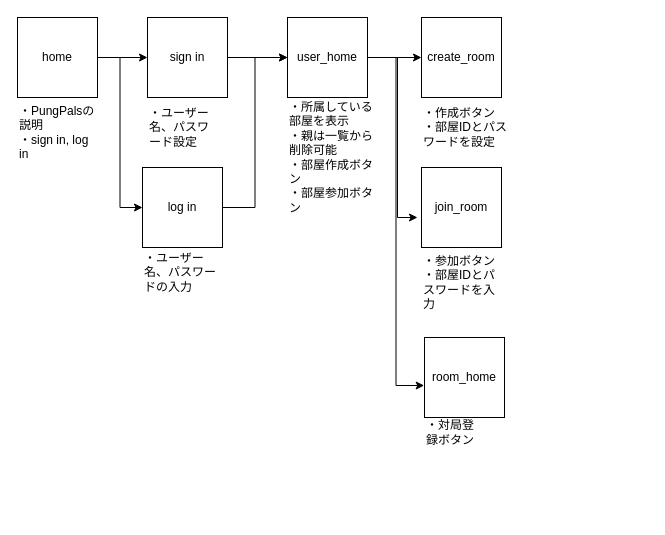
Above: PungPals_screen.drawio in kechigon/PungPals (draw.io), before the change. Source tidied: cells renumbered, new cells numbered last; positions are measured from the earlier drawing's top-left corner, leaving out a move shared by most shapes. Both pictures are drawn from the tidied source at 100%, with x=0, y=0 at pixel (17, 17).
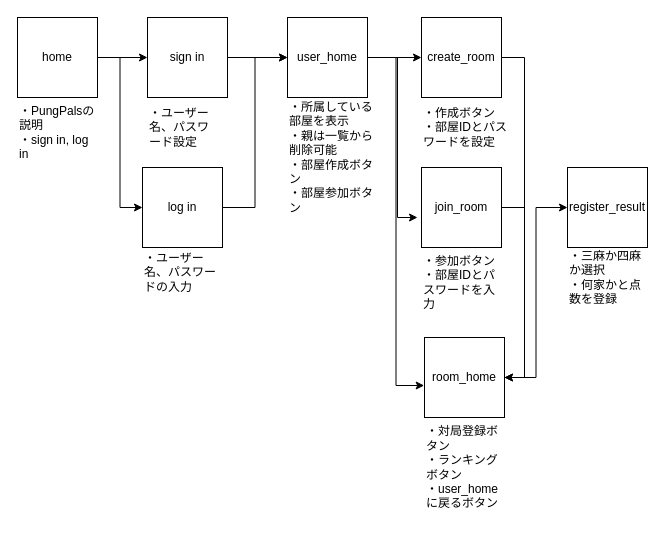
The same page after the edit.

Commit message:
PungPals_screen.drawio を更新します

Unchanged cells that the change refers to:
```xml
<mxCell id="15" value="create_room" style="whiteSpace=wrap;html=1;" parent="1" vertex="1">
  <mxGeometry x="404" width="80" height="80" as="geometry" />
</mxCell>
<mxCell id="17" value="join_room" style="whiteSpace=wrap;html=1;" parent="1" vertex="1">
  <mxGeometry x="404" y="150" width="80" height="80" as="geometry" />
</mxCell>
<mxCell id="20" value="room_home" style="whiteSpace=wrap;html=1;" parent="1" vertex="1">
  <mxGeometry x="407" y="320" width="80" height="80" as="geometry" />
</mxCell>
```

The edit, as a diff of the source:
```diff
@@
+    <mxCell id="23" style="edgeStyle=orthogonalEdgeStyle;rounded=0;jettySize=auto;html=1;entryX=1;entryY=0.5;entryDx=0;entryDy=0;" parent="1" edge="1" source="15" target="20">
+      <mxGeometry relative="1" as="geometry">
+        <Array as="points">
+          <mxPoint x="507" y="40" />
+          <mxPoint x="507" y="360" />
+        </Array>
+      </mxGeometry>
+    </mxCell>
@@
+    <mxCell id="24" style="edgeStyle=orthogonalEdgeStyle;rounded=0;jettySize=auto;html=1;entryX=1;entryY=0.5;entryDx=0;entryDy=0;" parent="1" edge="1" source="17" target="20">
+      <mxGeometry relative="1" as="geometry">
+        <Array as="points">
+          <mxPoint x="507" y="190" />
+          <mxPoint x="507" y="360" />
+        </Array>
+      </mxGeometry>
+    </mxCell>
@@
+    <mxCell id="25" style="edgeStyle=orthogonalEdgeStyle;rounded=0;jettySize=auto;html=1;entryX=0;entryY=0.5;entryDx=0;entryDy=0;" parent="1" edge="1" source="20" target="26">
+      <mxGeometry relative="1" as="geometry" />
+    </mxCell>
@@
-    <mxCell id="22" value="・対局登録ボタン" style="text;html=1;strokeColor=none;fillColor=none;align=left;verticalAlign=middle;whiteSpace=wrap;rounded=0;" parent="1" vertex="1">
-      <mxGeometry x="407" y="400" width="60" height="30" as="geometry" />
+    <mxCell id="22" value="・対局登録ボタン&lt;br&gt;・ランキングボタン&lt;br&gt;・user_homeに戻るボタン" style="text;html=1;strokeColor=none;fillColor=none;align=left;verticalAlign=middle;whiteSpace=wrap;rounded=0;" parent="1" vertex="1">
+      <mxGeometry x="407" y="400" width="83" height="100" as="geometry" />
     </mxCell>
+    <mxCell id="26" value="register_result" style="whiteSpace=wrap;html=1;" parent="1" vertex="1">
+      <mxGeometry x="550" y="150" width="80" height="80" as="geometry" />
+    </mxCell>
+    <mxCell id="27" value="・三麻か四麻か選択&lt;br&gt;・何家かと点数を登録" style="text;html=1;strokeColor=none;fillColor=none;align=left;verticalAlign=middle;whiteSpace=wrap;rounded=0;" parent="1" vertex="1">
+      <mxGeometry x="550" y="230" width="80" height="60" as="geometry" />
+    </mxCell>
```
